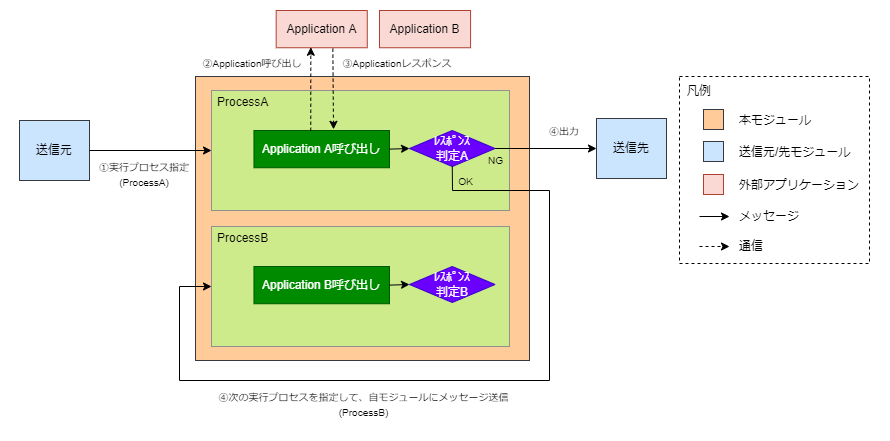
Above: docs/img/schematic_diagram.drawio.png in Project-GAUDI/ApplicationController (draw.io), before the change. Source tidied: cells renumbered, new cells last; positions are measured from the earlier drawing's top-left corner, leaving out a move shared by most shapes.
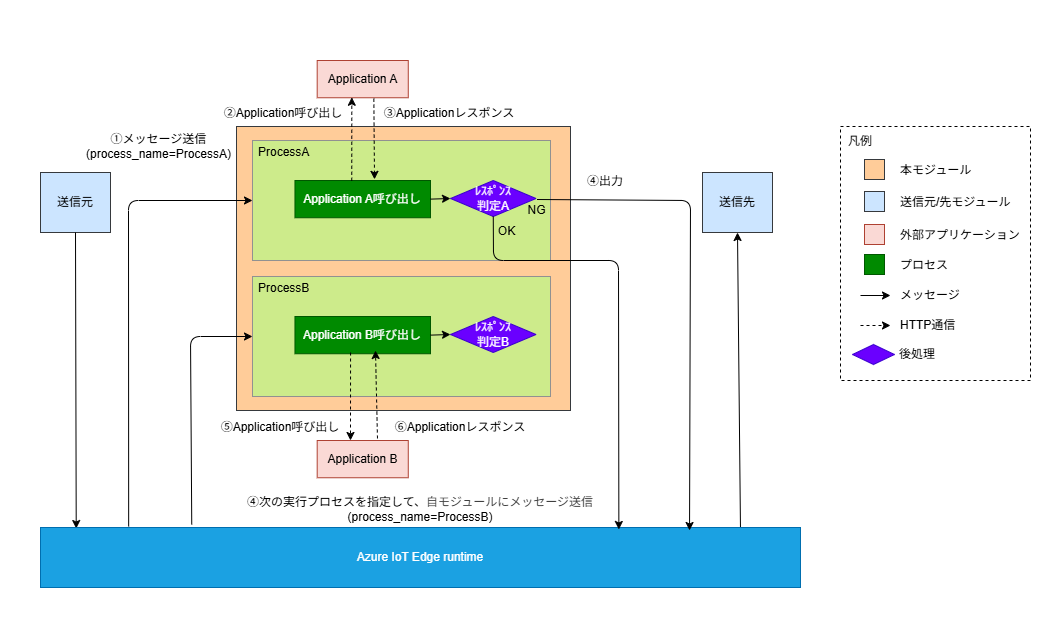
The same file after the commit.

Change to the diagram source:
```diff
@@ -3,43 +3,43 @@
     <mxCell id="0" />
     <mxCell id="1" parent="0" />
     <mxCell id="2" value="&lt;p style=&quot;line-height: 200%&quot;&gt;&lt;/p&gt;&lt;div style=&quot;text-align: left&quot;&gt;&lt;br&gt;&lt;/div&gt;&lt;p&gt;&lt;/p&gt;" style="rounded=0;whiteSpace=wrap;html=1;fillColor=#FFFFFF;strokeColor=none;" parent="1" vertex="1">
-      <mxGeometry width="889" height="440" as="geometry" />
+      <mxGeometry x="-41" y="-50" width="1050" height="620" as="geometry" />
     </mxCell>
     <mxCell id="3" style="rounded=0;whiteSpace=wrap;html=1;fillColor=#ffcc99;strokeColor=#36393d;imageAspect=1;" parent="1" vertex="1">
       <mxGeometry x="195" y="76" width="334" height="284" as="geometry" />
     </mxCell>
     <mxCell id="4" value="&lt;font color=&quot;#000000&quot; style=&quot;line-height: 250%&quot;&gt;&lt;br&gt;&lt;/font&gt;" style="rounded=0;whiteSpace=wrap;dashed=1;strokeColor=#000000;spacing=0;spacingTop=35;labelBackgroundColor=none;align=left;html=1;fillColor=none;spacingLeft=60;" parent="1" vertex="1">
-      <mxGeometry x="679" y="76" width="190" height="187" as="geometry" />
+      <mxGeometry x="799" y="76" width="190" height="254" as="geometry" />
     </mxCell>
     <mxCell id="5" value="&lt;font color=&quot;#000000&quot;&gt;&lt;span style=&quot;line-height: 210%&quot;&gt;凡例&lt;/span&gt;&lt;/font&gt;&lt;font color=&quot;#000000&quot;&gt;&lt;br&gt;&lt;/font&gt;" style="rounded=0;whiteSpace=wrap;dashed=1;spacing=0;spacingTop=0;labelBackgroundColor=none;align=left;html=1;fillColor=none;strokeColor=none;" parent="1" vertex="1">
-      <mxGeometry x="687" y="79" width="32" height="24" as="geometry" />
+      <mxGeometry x="807" y="79" width="32" height="24" as="geometry" />
     </mxCell>
     <mxCell id="6" style="rounded=0;whiteSpace=wrap;html=1;fillColor=#ffcc99;strokeColor=#36393d;" parent="1" vertex="1">
-      <mxGeometry x="703" y="109" width="20" height="20" as="geometry" />
+      <mxGeometry x="823" y="109" width="20" height="20" as="geometry" />
     </mxCell>
     <mxCell id="7" style="rounded=0;orthogonalLoop=1;jettySize=auto;html=1;strokeColor=#000000;" parent="1" edge="1">
       <mxGeometry relative="1" as="geometry">
-        <mxPoint x="699" y="216" as="sourcePoint" />
-        <mxPoint x="729" y="216" as="targetPoint" />
+        <mxPoint x="819" y="245" as="sourcePoint" />
+        <mxPoint x="849" y="245" as="targetPoint" />
       </mxGeometry>
     </mxCell>
-    <mxCell id="8" value="&lt;font style=&quot;font-size: 10px&quot;&gt;①実行プロセス指定&lt;br&gt;(ProcessA)&lt;br&gt;&lt;/font&gt;" style="text;html=1;strokeColor=none;fillColor=none;align=center;verticalAlign=middle;whiteSpace=wrap;rounded=0;fontColor=#000000;" parent="1" vertex="1">
-      <mxGeometry x="97" y="160" width="93.8" height="27" as="geometry" />
+    <mxCell id="8" value="&lt;font style=&quot;&quot;&gt;&lt;font&gt;①メッセージ送信&lt;br&gt;(process_name=ProcessA)&lt;/font&gt;&lt;br&gt;&lt;/font&gt;" style="text;html=1;strokeColor=none;fillColor=none;align=center;verticalAlign=middle;whiteSpace=wrap;rounded=0;fontColor=#000000;" parent="1" vertex="1">
+      <mxGeometry x="59" y="82" width="117" height="27" as="geometry" />
     </mxCell>
-    <mxCell id="9" value="&lt;font style=&quot;font-size: 10px&quot;&gt;②Application呼び出し&lt;/font&gt;" style="text;html=1;strokeColor=none;fillColor=none;align=center;verticalAlign=middle;whiteSpace=wrap;rounded=0;fontColor=#000000;" parent="1" vertex="1">
-      <mxGeometry x="199" y="49" width="105.7" height="27" as="geometry" />
+    <mxCell id="9" value="&lt;font&gt;②Application呼び出し&lt;/font&gt;" style="text;html=1;strokeColor=none;fillColor=none;align=center;verticalAlign=middle;whiteSpace=wrap;rounded=0;fontColor=#000000;" parent="1" vertex="1">
+      <mxGeometry x="179" y="49" width="125.7" height="27" as="geometry" />
     </mxCell>
-    <mxCell id="10" value="&lt;font style=&quot;font-size: 10px&quot;&gt;③Applicationレスポンス&lt;/font&gt;" style="text;html=1;strokeColor=none;fillColor=none;align=center;verticalAlign=middle;whiteSpace=wrap;rounded=0;fontColor=#000000;" parent="1" vertex="1">
-      <mxGeometry x="337" y="49" width="120" height="27" as="geometry" />
+    <mxCell id="10" value="&lt;font&gt;③Applicationレスポンス&lt;/font&gt;" style="text;html=1;strokeColor=none;fillColor=none;align=center;verticalAlign=middle;whiteSpace=wrap;rounded=0;fontColor=#000000;" parent="1" vertex="1">
+      <mxGeometry x="337" y="49" width="142" height="27" as="geometry" />
     </mxCell>
-    <mxCell id="11" value="&lt;font style=&quot;font-size: 10px&quot;&gt;④出力&lt;/font&gt;" style="text;html=1;strokeColor=none;fillColor=none;align=center;verticalAlign=middle;whiteSpace=wrap;rounded=0;fontColor=#000000;" parent="1" vertex="1">
+    <mxCell id="11" value="&lt;font&gt;④出力&lt;/font&gt;" style="text;html=1;strokeColor=none;fillColor=none;align=center;verticalAlign=middle;whiteSpace=wrap;rounded=0;fontColor=#000000;" parent="1" vertex="1">
       <mxGeometry x="539" y="117" width="50" height="27" as="geometry" />
     </mxCell>
     <mxCell id="12" value="送信元" style="rounded=0;whiteSpace=wrap;html=1;fillColor=#cce5ff;strokeColor=#36393d;fontColor=#000000;" parent="1" vertex="1">
-      <mxGeometry x="19" y="120" width="70" height="60" as="geometry" />
+      <mxGeometry x="-1" y="122" width="70" height="60" as="geometry" />
     </mxCell>
     <mxCell id="13" value="送信先" style="rounded=0;whiteSpace=wrap;html=1;fillColor=#cce5ff;strokeColor=#36393d;fontColor=#000000;" parent="1" vertex="1">
-      <mxGeometry x="596" y="118" width="70" height="60" as="geometry" />
+      <mxGeometry x="661" y="122" width="70" height="60" as="geometry" />
     </mxCell>
     <mxCell id="14" style="rounded=0;whiteSpace=wrap;html=1;labelBackgroundColor=none;labelBorderColor=#919191;fontSize=9;fillColor=#cdeb8b;strokeColor=#919191;" parent="1" vertex="1">
       <mxGeometry x="211" y="90" width="298" height="120" as="geometry" />
@@ -50,35 +50,35 @@
     <mxCell id="16" value="&lt;font style=&quot;font-size: 12px&quot;&gt;ProcessA&lt;/font&gt;" style="text;html=1;strokeColor=none;fillColor=none;align=left;verticalAlign=middle;whiteSpace=wrap;rounded=0;fontColor=#000000;" parent="1" vertex="1">
       <mxGeometry x="215" y="88" width="93.8" height="27" as="geometry" />
     </mxCell>
-    <mxCell id="17" value="&lt;font style=&quot;font-size: 10px&quot;&gt;④次の実行プロセスを指定して、自モジュールにメッセージ送信&lt;br&gt;(ProcessB)&lt;br&gt;&lt;/font&gt;" style="text;html=1;strokeColor=none;fillColor=none;align=center;verticalAlign=middle;whiteSpace=wrap;rounded=0;fontColor=#000000;" parent="1" vertex="1">
-      <mxGeometry x="205" y="390" width="317" height="27" as="geometry" />
+    <mxCell id="17" value="&lt;font style=&quot;&quot;&gt;&lt;font&gt;④次の実行プロセスを指定して、&lt;/font&gt;&lt;/font&gt;&lt;span style=&quot;color: rgb(63, 63, 63); background-color: transparent;&quot;&gt;自モジュールにメッセージ送信&lt;/span&gt;&lt;div&gt;&lt;font style=&quot;&quot;&gt;&lt;font&gt;(process_name=ProcessB)&lt;/font&gt;&lt;br&gt;&lt;/font&gt;&lt;/div&gt;" style="text;html=1;strokeColor=none;fillColor=none;align=center;verticalAlign=middle;whiteSpace=wrap;rounded=0;fontColor=#000000;" parent="1" vertex="1">
+      <mxGeometry x="204" y="440" width="350" height="37" as="geometry" />
     </mxCell>
     <mxCell id="18" value="&lt;font color=&quot;#000000&quot;&gt;&lt;span style=&quot;line-height: 210%&quot;&gt;本モジュール&lt;/span&gt;&lt;/font&gt;&lt;font color=&quot;#000000&quot;&gt;&lt;br&gt;&lt;/font&gt;" style="rounded=0;whiteSpace=wrap;dashed=1;spacing=0;spacingTop=0;labelBackgroundColor=none;align=left;html=1;fillColor=none;strokeColor=none;" parent="1" vertex="1">
-      <mxGeometry x="739" y="108" width="120" height="24" as="geometry" />
+      <mxGeometry x="859" y="108" width="120" height="24" as="geometry" />
     </mxCell>
     <mxCell id="19" value="&lt;font color=&quot;#000000&quot;&gt;&lt;span style=&quot;line-height: 210%&quot;&gt;メッセージ&lt;/span&gt;&lt;/font&gt;&lt;font color=&quot;#000000&quot;&gt;&lt;br&gt;&lt;/font&gt;" style="rounded=0;whiteSpace=wrap;dashed=1;spacing=0;spacingTop=0;labelBackgroundColor=none;align=left;html=1;fillColor=none;strokeColor=none;" parent="1" vertex="1">
-      <mxGeometry x="739" y="204" width="120" height="24" as="geometry" />
+      <mxGeometry x="859" y="233" width="120" height="24" as="geometry" />
     </mxCell>
     <mxCell id="20" style="rounded=0;orthogonalLoop=1;jettySize=auto;html=1;strokeColor=#000000;dashed=1;" parent="1" edge="1">
       <mxGeometry relative="1" as="geometry">
-        <mxPoint x="699" y="246" as="sourcePoint" />
-        <mxPoint x="729" y="246" as="targetPoint" />
+        <mxPoint x="819" y="275" as="sourcePoint" />
+        <mxPoint x="849" y="275" as="targetPoint" />
       </mxGeometry>
     </mxCell>
-    <mxCell id="21" value="&lt;font color=&quot;#000000&quot;&gt;通信&lt;br&gt;&lt;/font&gt;" style="rounded=0;whiteSpace=wrap;dashed=1;spacing=0;spacingTop=0;labelBackgroundColor=none;align=left;html=1;fillColor=none;strokeColor=none;" parent="1" vertex="1">
-      <mxGeometry x="739" y="234" width="120" height="24" as="geometry" />
+    <mxCell id="21" value="&lt;font color=&quot;#000000&quot;&gt;HTTP通信&lt;br&gt;&lt;/font&gt;" style="rounded=0;whiteSpace=wrap;dashed=1;spacing=0;spacingTop=0;labelBackgroundColor=none;align=left;html=1;fillColor=none;strokeColor=none;" parent="1" vertex="1">
+      <mxGeometry x="859" y="263" width="120" height="24" as="geometry" />
     </mxCell>
     <mxCell id="22" value="&lt;font color=&quot;#000000&quot;&gt;送信元/先モジュール&lt;br&gt;&lt;/font&gt;" style="rounded=0;whiteSpace=wrap;dashed=1;spacing=0;spacingTop=0;labelBackgroundColor=none;align=left;html=1;fillColor=none;strokeColor=none;" parent="1" vertex="1">
-      <mxGeometry x="739" y="140" width="120" height="24" as="geometry" />
+      <mxGeometry x="859" y="140" width="120" height="24" as="geometry" />
     </mxCell>
     <mxCell id="23" style="rounded=0;whiteSpace=wrap;html=1;fillColor=#cce5ff;strokeColor=#36393d;fontColor=#000000;" parent="1" vertex="1">
-      <mxGeometry x="703" y="141" width="20" height="20" as="geometry" />
+      <mxGeometry x="823" y="141" width="20" height="20" as="geometry" />
     </mxCell>
     <mxCell id="24" style="rounded=0;whiteSpace=wrap;html=1;fillColor=#fad9d5;strokeColor=#ae4132;fontColor=default;" parent="1" vertex="1">
-      <mxGeometry x="703" y="174" width="20" height="20" as="geometry" />
+      <mxGeometry x="823" y="174" width="20" height="20" as="geometry" />
     </mxCell>
     <mxCell id="25" value="&lt;font color=&quot;#000000&quot;&gt;外部アプリケーション&lt;br&gt;&lt;/font&gt;" style="rounded=0;whiteSpace=wrap;dashed=1;spacing=0;spacingTop=0;labelBackgroundColor=none;align=left;html=1;fillColor=none;strokeColor=none;" parent="1" vertex="1">
-      <mxGeometry x="739" y="173" width="120" height="24" as="geometry" />
+      <mxGeometry x="859" y="173" width="120" height="24" as="geometry" />
     </mxCell>
     <mxCell id="26" value="&lt;font&gt;Application A呼び出し&lt;br&gt;&lt;/font&gt;" style="rounded=0;whiteSpace=wrap;html=1;fontSize=12;fillColor=#008a00;strokeColor=#005700;fontColor=#FFFFFF;" parent="1" vertex="1">
       <mxGeometry x="253.5" y="130" width="135.5" height="37.2" as="geometry" />
@@ -89,7 +89,7 @@
     <mxCell id="28" style="edgeStyle=none;html=1;exitX=1;exitY=0.5;exitDx=0;exitDy=0;fontColor=#000000;strokeColor=#000000;entryX=0;entryY=0.5;entryDx=0;entryDy=0;rounded=0;" parent="1" edge="1" source="26" target="27">
       <mxGeometry relative="1" as="geometry" />
     </mxCell>
-    <mxCell id="29" style="edgeStyle=none;html=1;exitX=1;exitY=0.5;exitDx=0;exitDy=0;fontColor=#000000;strokeColor=#000000;entryX=0;entryY=0.5;entryDx=0;entryDy=0;rounded=0;" parent="1" edge="1" source="12" target="14">
+    <mxCell id="29" style="edgeStyle=none;html=1;exitX=0.5;exitY=1;exitDx=0;exitDy=0;fontColor=#000000;strokeColor=#000000;rounded=0;entryX=0.047;entryY=0.017;entryDx=0;entryDy=0;entryPerimeter=0;" parent="1" edge="1" source="12" target="49">
       <mxGeometry relative="1" as="geometry" />
     </mxCell>
     <mxCell id="30" style="rounded=0;whiteSpace=wrap;html=1;labelBackgroundColor=none;labelBorderColor=#919191;fontSize=9;fillColor=#cdeb8b;strokeColor=#919191;" parent="1" vertex="1">
@@ -98,7 +98,7 @@
     <mxCell id="31" value="&lt;font style=&quot;font-size: 12px&quot;&gt;ProcessB&lt;/font&gt;" style="text;html=1;strokeColor=none;fillColor=none;align=left;verticalAlign=middle;whiteSpace=wrap;rounded=0;fontColor=#000000;" parent="1" vertex="1">
       <mxGeometry x="215" y="224" width="93.8" height="27" as="geometry" />
     </mxCell>
-    <mxCell id="32" value="&lt;font&gt;Application B呼び出し&lt;br&gt;&lt;/font&gt;" style="rounded=0;whiteSpace=wrap;html=1;fontSize=12;fillColor=#008a00;strokeColor=#005700;fontColor=#FFFFFF;" parent="1" vertex="1">
+    <mxCell id="32" value="&lt;font&gt;Application B呼び出し&lt;br&gt;&lt;/font&gt;" style="rounded=0;whiteSpace=wrap;html=1;fontSize=12;fillColor=#008A00;strokeColor=#005700;fontColor=#FFFFFF;" parent="1" vertex="1">
       <mxGeometry x="253.5" y="266" width="135.5" height="37.2" as="geometry" />
     </mxCell>
     <mxCell id="33" value="ﾚｽﾎﾟﾝｽ&lt;br&gt;判定B" style="rhombus;whiteSpace=wrap;html=1;fontSize=12;fontColor=#ffffff;fillColor=#6a00ff;strokeColor=#3700CC;" parent="1" vertex="1">
@@ -108,7 +108,7 @@
       <mxGeometry relative="1" as="geometry" />
     </mxCell>
     <mxCell id="35" value="&lt;font color=&quot;#000000&quot;&gt;Application B&lt;/font&gt;" style="rounded=0;whiteSpace=wrap;html=1;fontSize=12;fillColor=#fad9d5;strokeColor=#ae4132;" parent="1" vertex="1">
-      <mxGeometry x="379" y="10" width="91.1" height="37.2" as="geometry" />
+      <mxGeometry x="275.7" y="390" width="91.1" height="37.2" as="geometry" />
     </mxCell>
     <mxCell id="36" style="edgeStyle=none;html=1;exitX=0.419;exitY=0.006;exitDx=0;exitDy=0;fontColor=#000000;strokeColor=#000000;entryX=0.38;entryY=0.987;entryDx=0;entryDy=0;rounded=0;entryPerimeter=0;exitPerimeter=0;dashed=1;" parent="1" edge="1" source="26" target="15">
       <mxGeometry relative="1" as="geometry" />
@@ -116,28 +116,73 @@
     <mxCell id="37" style="edgeStyle=none;html=1;exitX=0.622;exitY=1.024;exitDx=0;exitDy=0;fontColor=#000000;strokeColor=#000000;entryX=0.587;entryY=-0.031;entryDx=0;entryDy=0;rounded=0;entryPerimeter=0;exitPerimeter=0;dashed=1;" parent="1" edge="1" source="15" target="26">
       <mxGeometry relative="1" as="geometry" />
     </mxCell>
-    <mxCell id="38" style="edgeStyle=none;html=1;exitX=1;exitY=0.5;exitDx=0;exitDy=0;fontColor=#000000;strokeColor=#000000;entryX=0;entryY=0.5;entryDx=0;entryDy=0;rounded=0;" parent="1" edge="1">
-      <mxGeometry relative="1" as="geometry">
-        <mxPoint x="494.5" y="148" as="sourcePoint" />
-        <mxPoint x="596" y="148" as="targetPoint" />
-      </mxGeometry>
-    </mxCell>
-    <mxCell id="39" style="edgeStyle=none;html=1;exitX=0.5;exitY=1;exitDx=0;exitDy=0;fontColor=#000000;strokeColor=#000000;entryX=0;entryY=0.5;entryDx=0;entryDy=0;rounded=0;" parent="1" edge="1" source="27" target="30">
-      <mxGeometry relative="1" as="geometry">
-        <Array as="points">
-          <mxPoint x="452" y="190" />
-          <mxPoint x="549" y="190" />
-          <mxPoint x="549" y="380" />
-          <mxPoint x="179" y="380" />
-          <mxPoint x="179" y="286" />
-        </Array>
-      </mxGeometry>
-    </mxCell>
-    <mxCell id="40" value="&lt;font style=&quot;font-size: 10px;&quot;&gt;OK&lt;/font&gt;" style="text;html=1;strokeColor=none;fillColor=none;align=center;verticalAlign=middle;whiteSpace=wrap;rounded=0;fontColor=#000000;fontSize=10;" parent="1" vertex="1">
+    <mxCell id="40" value="&lt;font style=&quot;font-size: 12px;&quot;&gt;OK&lt;/font&gt;" style="text;html=1;strokeColor=none;fillColor=none;align=center;verticalAlign=middle;whiteSpace=wrap;rounded=0;fontColor=#000000;fontSize=10;" parent="1" vertex="1">
       <mxGeometry x="452" y="170" width="27" height="21" as="geometry" />
     </mxCell>
-    <mxCell id="41" value="&lt;font style=&quot;font-size: 10px&quot;&gt;NG&lt;/font&gt;" style="text;html=1;strokeColor=none;fillColor=none;align=center;verticalAlign=middle;whiteSpace=wrap;rounded=0;fontColor=#000000;fontSize=10;" parent="1" vertex="1">
+    <mxCell id="41" value="&lt;font style=&quot;font-size: 12px;&quot;&gt;NG&lt;/font&gt;" style="text;html=1;strokeColor=none;fillColor=none;align=center;verticalAlign=middle;whiteSpace=wrap;rounded=0;fontColor=#000000;fontSize=10;" parent="1" vertex="1">
       <mxGeometry x="482" y="149" width="27" height="21" as="geometry" />
     </mxCell>
+    <mxCell id="42" style="rounded=0;whiteSpace=wrap;html=1;fillColor=light-dark(#008a00, #1f2f1e);strokeColor=light-dark(#005700,#446E2C);" parent="1" vertex="1">
+      <mxGeometry x="823" y="204" width="20" height="20" as="geometry" />
+    </mxCell>
+    <mxCell id="43" value="&lt;font color=&quot;#000000&quot;&gt;プロセス&lt;/font&gt;" style="rounded=0;whiteSpace=wrap;dashed=1;spacing=0;spacingTop=0;labelBackgroundColor=none;align=left;html=1;fillColor=none;strokeColor=none;" parent="1" vertex="1">
+      <mxGeometry x="859" y="203" width="120" height="24" as="geometry" />
+    </mxCell>
+    <mxCell id="44" style="rhombus;whiteSpace=wrap;html=1;fontSize=12;fontColor=#ffffff;fillColor=#6a00ff;strokeColor=#3700CC;" parent="1" vertex="1">
+      <mxGeometry x="811" y="294" width="42" height="20" as="geometry" />
+    </mxCell>
+    <mxCell id="45" value="後処理" style="rounded=0;whiteSpace=wrap;dashed=1;spacing=0;spacingTop=0;labelBackgroundColor=none;align=left;html=1;fillColor=none;strokeColor=none;" parent="1" vertex="1">
+      <mxGeometry x="858" y="292" width="120" height="24" as="geometry" />
+    </mxCell>
+    <mxCell id="46" style="edgeStyle=none;html=1;exitX=0.921;exitY=0;exitDx=0;exitDy=0;fontColor=#000000;strokeColor=#000000;entryX=0.5;entryY=1;entryDx=0;entryDy=0;rounded=0;exitPerimeter=0;" parent="1" edge="1" source="49" target="13">
+      <mxGeometry relative="1" as="geometry" />
+    </mxCell>
+    <mxCell id="47" style="edgeStyle=none;html=1;exitX=0.116;exitY=-0.017;exitDx=0;exitDy=0;entryX=0;entryY=0.5;entryDx=0;entryDy=0;exitPerimeter=0;" parent="1" edge="1" source="49" target="14">
+      <mxGeometry relative="1" as="geometry">
+        <Array as="points">
+          <mxPoint x="87" y="150" />
+        </Array>
+      </mxGeometry>
+    </mxCell>
+    <mxCell id="48" style="edgeStyle=none;html=1;exitX=0.199;exitY=-0.05;exitDx=0;exitDy=0;entryX=0;entryY=0.5;entryDx=0;entryDy=0;exitPerimeter=0;" parent="1" edge="1" source="49" target="30">
+      <mxGeometry relative="1" as="geometry">
+        <Array as="points">
+          <mxPoint x="149" y="286" />
+        </Array>
+      </mxGeometry>
+    </mxCell>
+    <mxCell id="49" value="Azure IoT Edge runtime" style="rounded=0;whiteSpace=wrap;html=1;fillColor=#1ba1e2;strokeColor=#006EAF;fontColor=#ffffff;" parent="1" vertex="1">
+      <mxGeometry x="-1" y="477" width="760" height="60" as="geometry" />
+    </mxCell>
+    <mxCell id="50" style="edgeStyle=none;html=1;exitX=0.5;exitY=1;exitDx=0;exitDy=0;entryX=0.761;entryY=0.033;entryDx=0;entryDy=0;entryPerimeter=0;" parent="1" edge="1" source="27" target="49">
+      <mxGeometry relative="1" as="geometry">
+        <Array as="points">
+          <mxPoint x="452" y="210" />
+          <mxPoint x="577" y="210" />
+        </Array>
+      </mxGeometry>
+    </mxCell>
+    <mxCell id="51" style="edgeStyle=none;html=1;exitX=0.5;exitY=0;exitDx=0;exitDy=0;entryX=0.854;entryY=0.05;entryDx=0;entryDy=0;entryPerimeter=0;" parent="1" edge="1" source="41" target="49">
+      <mxGeometry relative="1" as="geometry">
+        <Array as="points">
+          <mxPoint x="649" y="150" />
+        </Array>
+      </mxGeometry>
+    </mxCell>
+    <mxCell id="52" style="edgeStyle=none;html=1;exitX=0.602;exitY=0.913;exitDx=0;exitDy=0;entryX=0.651;entryY=-0.054;entryDx=0;entryDy=0;entryPerimeter=0;exitPerimeter=0;dashed=1;" parent="1" edge="1">
+      <mxGeometry relative="1" as="geometry">
+        <mxPoint x="309.1" y="302" as="sourcePoint" />
+        <mxPoint x="309" y="390" as="targetPoint" />
+      </mxGeometry>
+    </mxCell>
+    <mxCell id="53" style="edgeStyle=none;html=1;entryX=0.594;entryY=0.913;entryDx=0;entryDy=0;entryPerimeter=0;exitX=0.662;exitY=-0.054;exitDx=0;exitDy=0;exitPerimeter=0;dashed=1;" parent="1" edge="1" source="35" target="32">
+      <mxGeometry relative="1" as="geometry" />
+    </mxCell>
+    <mxCell id="54" value="&lt;font&gt;⑤Application呼び出し&lt;/font&gt;" style="text;html=1;strokeColor=none;fillColor=none;align=center;verticalAlign=middle;whiteSpace=wrap;rounded=0;fontColor=#000000;" parent="1" vertex="1">
+      <mxGeometry x="176" y="363" width="125.7" height="27" as="geometry" />
+    </mxCell>
+    <mxCell id="55" value="&lt;font&gt;⑥Applicationレスポンス&lt;/font&gt;" style="text;html=1;strokeColor=none;fillColor=none;align=center;verticalAlign=middle;whiteSpace=wrap;rounded=0;fontColor=#000000;" parent="1" vertex="1">
+      <mxGeometry x="347.5" y="363" width="142" height="27" as="geometry" />
+    </mxCell>
   </root>
 </mxGraphModel>
```
